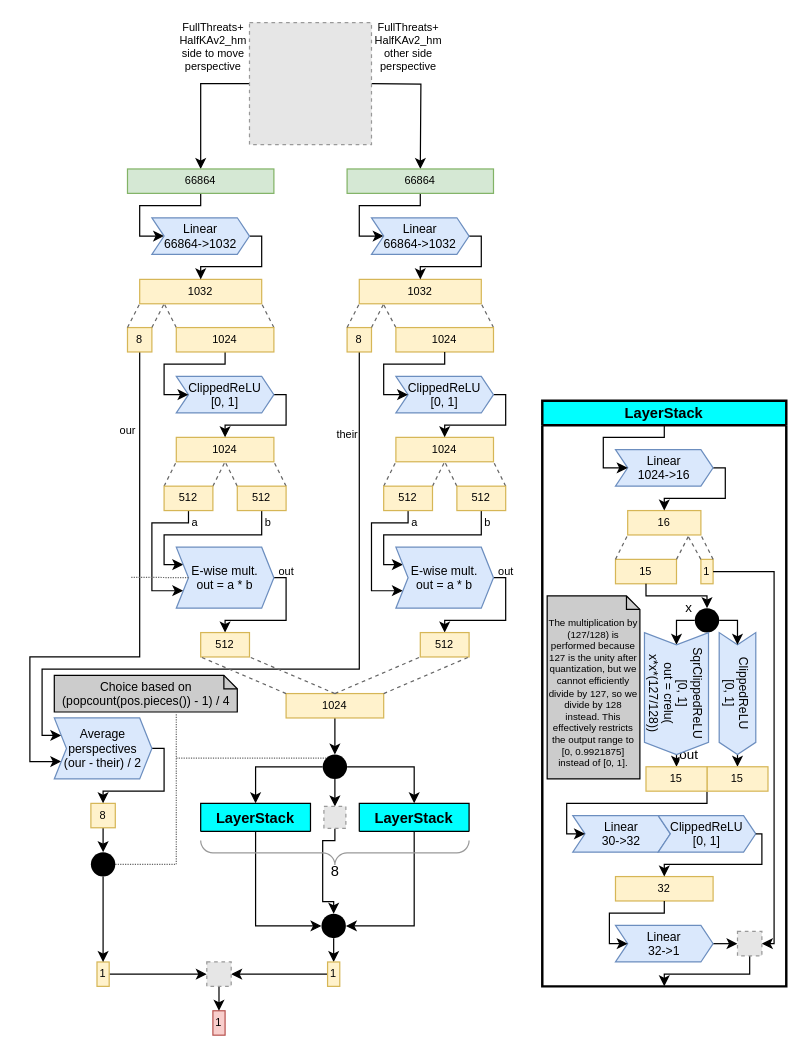
Before: docs/img/SFNNv11_architecture.drawio in official-stockfish/nnue-pytorch, a draw.io diagram. Source tidied: cells renumbered, new cells numbered last; positions are measured from the earlier drawing's top-left corner, leaving out a move shared by most shapes. Both pictures are drawn from the tidied source at 122%, with x=0, y=0 at pixel (29, 22). Pictures stored in the file or linked from it are replaced by grey dashed boxes.
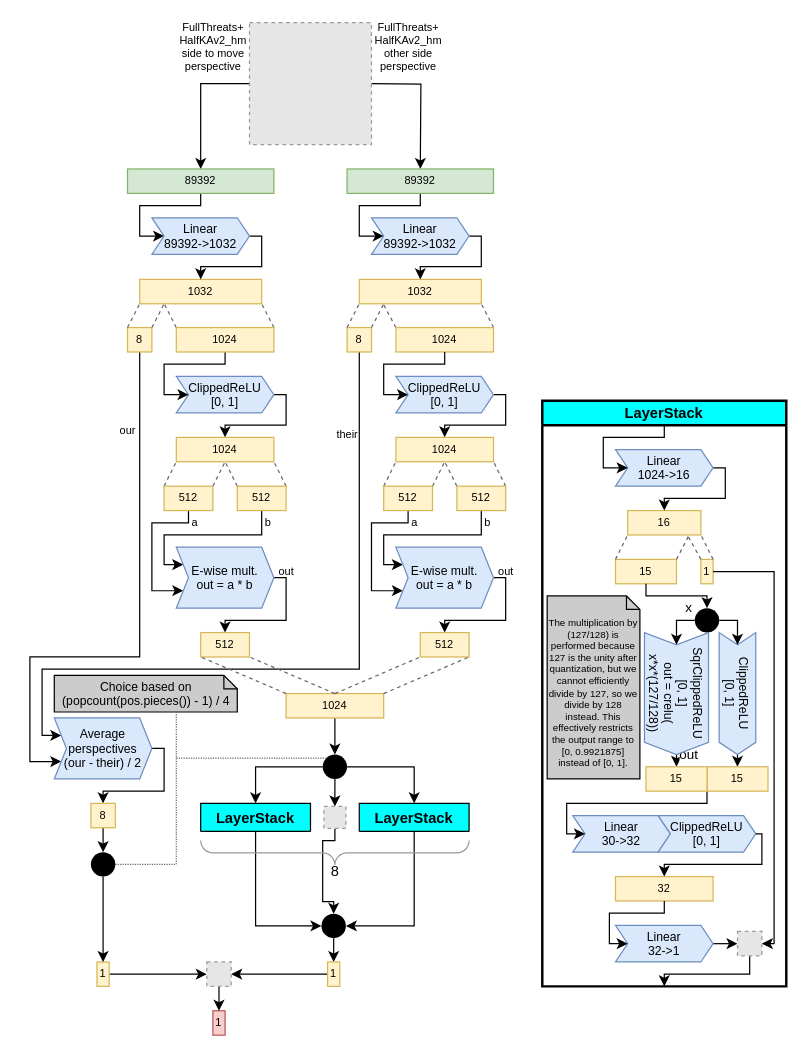
After the change.

Unchanged cells that the change refers to:
```xml
<mxCell id="76" value="&lt;div&gt;E-wise mult.&lt;br&gt;&lt;/div&gt;&lt;div&gt;out = a * b &lt;/div&gt;" style="shape=step;perimeter=stepPerimeter;whiteSpace=wrap;html=1;fixedSize=1;rounded=0;shadow=0;glass=0;sketch=0;fontSize=10;align=center;size=10;fillColor=#dae8fc;strokeColor=#6c8ebf;" parent="1" vertex="1">
  <mxGeometry x="120" y="430" width="80" height="50" as="geometry" />
</mxCell>
```

Diff of the diagram source:
```diff
@@
-    <mxCell id="6" value="&lt;span class=&quot;blob-code-inner blob-code-marker&quot;&gt;&lt;span class=&quot;pl-c1 x x-first x-last&quot;&gt;66864&lt;/span&gt;&lt;/span&gt;" style="rounded=0;whiteSpace=wrap;html=1;shadow=0;glass=0;sketch=0;fontSize=9;align=center;fillColor=#d5e8d4;strokeColor=#82b366;" parent="1" vertex="1">
+    <mxCell id="6" value="&lt;span class=&quot;blob-code-inner blob-code-marker&quot;&gt;&lt;span class=&quot;pl-c1 x x-first x-last&quot;&gt;89392&lt;/span&gt;&lt;/span&gt;" style="rounded=0;whiteSpace=wrap;html=1;shadow=0;glass=0;sketch=0;fontSize=9;align=center;fillColor=#d5e8d4;strokeColor=#82b366;" parent="1" vertex="1">
       <mxGeometry x="80" y="120" width="120" height="20" as="geometry" />
     </mxCell>
@@
-    <mxCell id="8" value="&lt;span class=&quot;blob-code-inner blob-code-marker&quot;&gt;&lt;span class=&quot;pl-c1 x x-first x-last&quot;&gt;66864&lt;/span&gt;&lt;/span&gt;" style="rounded=0;whiteSpace=wrap;html=1;shadow=0;glass=0;sketch=0;fontSize=9;align=center;fillColor=#d5e8d4;strokeColor=#82b366;" parent="1" vertex="1">
+    <mxCell id="8" value="&lt;span class=&quot;blob-code-inner blob-code-marker&quot;&gt;&lt;span class=&quot;pl-c1 x x-first x-last&quot;&gt;89392&lt;/span&gt;&lt;/span&gt;" style="rounded=0;whiteSpace=wrap;html=1;shadow=0;glass=0;sketch=0;fontSize=9;align=center;fillColor=#d5e8d4;strokeColor=#82b366;" parent="1" vertex="1">
       <mxGeometry x="260" y="120" width="120" height="20" as="geometry" />
     </mxCell>
@@
-    <mxCell id="16" value="&lt;div style=&quot;font-size: 10px&quot;&gt;Linear&lt;/div&gt;&lt;div style=&quot;font-size: 10px&quot;&gt;&lt;span class=&quot;blob-code-inner blob-code-marker&quot;&gt;&lt;span class=&quot;pl-c1 x x-first x-last&quot;&gt;66864&lt;/span&gt;&lt;/span&gt;-&amp;gt;1032&lt;/div&gt;" style="shape=step;perimeter=stepPerimeter;whiteSpace=wrap;html=1;fixedSize=1;rounded=0;shadow=0;glass=0;sketch=0;fontSize=10;align=center;size=10;fillColor=#dae8fc;strokeColor=#6c8ebf;" parent="1" vertex="1">
+    <mxCell id="16" value="&lt;div style=&quot;font-size: 10px&quot;&gt;Linear&lt;/div&gt;&lt;div style=&quot;font-size: 10px&quot;&gt;&lt;span class=&quot;blob-code-inner blob-code-marker&quot;&gt;&lt;span class=&quot;pl-c1 x x-first x-last&quot;&gt;89392&lt;/span&gt;&lt;/span&gt;-&amp;gt;1032&lt;/div&gt;" style="shape=step;perimeter=stepPerimeter;whiteSpace=wrap;html=1;fixedSize=1;rounded=0;shadow=0;glass=0;sketch=0;fontSize=10;align=center;size=10;fillColor=#dae8fc;strokeColor=#6c8ebf;" parent="1" vertex="1">
       <mxGeometry x="100" y="160" width="80" height="30" as="geometry" />
     </mxCell>
-    <mxCell id="17" value="&lt;div style=&quot;font-size: 10px&quot;&gt;Linear&lt;/div&gt;&lt;div style=&quot;font-size: 10px&quot;&gt;&lt;span class=&quot;blob-code-inner blob-code-marker&quot;&gt;&lt;span class=&quot;pl-c1 x x-first x-last&quot;&gt;66864&lt;/span&gt;&lt;/span&gt;-&amp;gt;1032&lt;/div&gt;" style="shape=step;perimeter=stepPerimeter;whiteSpace=wrap;html=1;fixedSize=1;rounded=0;shadow=0;glass=0;sketch=0;fontSize=10;align=center;size=10;fillColor=#dae8fc;strokeColor=#6c8ebf;" parent="1" vertex="1">
+    <mxCell id="17" value="&lt;div style=&quot;font-size: 10px&quot;&gt;Linear&lt;/div&gt;&lt;div style=&quot;font-size: 10px&quot;&gt;&lt;span class=&quot;blob-code-inner blob-code-marker&quot;&gt;&lt;span class=&quot;pl-c1 x x-first x-last&quot;&gt;89392&lt;/span&gt;&lt;/span&gt;-&amp;gt;1032&lt;/div&gt;" style="shape=step;perimeter=stepPerimeter;whiteSpace=wrap;html=1;fixedSize=1;rounded=0;shadow=0;glass=0;sketch=0;fontSize=10;align=center;size=10;fillColor=#dae8fc;strokeColor=#6c8ebf;" parent="1" vertex="1">
       <mxGeometry x="280" y="160" width="80" height="30" as="geometry" />
     </mxCell>
@@
-    <mxCell id="131" style="edgeStyle=elbowEdgeStyle;rounded=0;sketch=0;jumpStyle=none;jumpSize=5;jettySize=auto;html=1;entryX=0;entryY=0.5;entryDx=0;entryDy=0;shadow=0;labelBackgroundColor=none;fontFamily=Helvetica;fontSize=8;strokeColor=#666666;strokeWidth=1;fillColor=#f5f5f5;dashed=1;dashPattern=1 1;endArrow=none;endFill=0;exitX=0.997;exitY=0.7;exitDx=0;exitDy=0;exitPerimeter=0;" parent="1" edge="1" target="76">
-      <mxGeometry relative="1" as="geometry">
-        <mxPoint x="83.1" y="454.8" as="sourcePoint" />
-        <Array as="points">
-          <mxPoint x="100" y="455" />
-          <mxPoint x="100" y="510" />
-          <mxPoint x="130" y="620" />
-        </Array>
-      </mxGeometry>
-    </mxCell>
```
